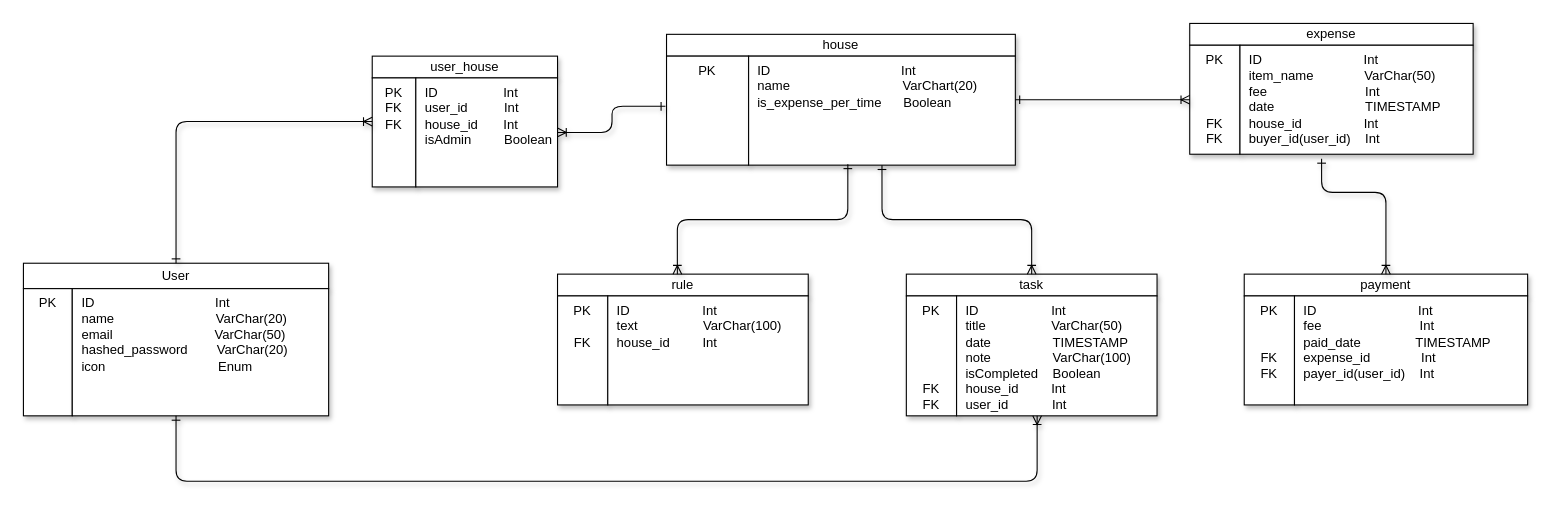
Before: server/erd.drawio in HAK2024/fairy-share, a draw.io diagram. Source tidied: cells renumbered, new cells numbered last; positions are measured from the earlier drawing's top-left corner, leaving out a move shared by most shapes. Both pictures are drawn from the tidied source at 109%, with x=0, y=0 at pixel (23, 23).
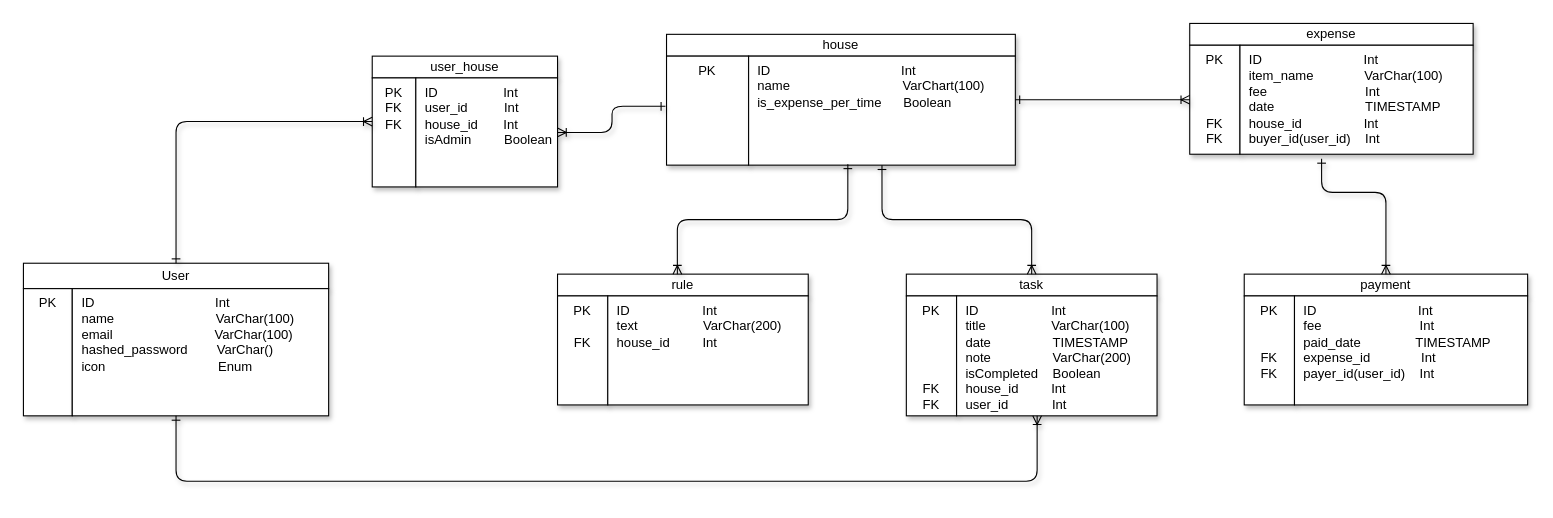
The same page after the edit.

Commit message (it also covers changes not shown here):
Change max lentgh of text

Unchanged cells that the change refers to:
```xml
<mxCell id="2" style="group;" parent="1" vertex="1">
  <mxGeometry y="220" width="280" height="140" as="geometry" />
</mxCell>
<mxCell id="6" style="group;" parent="1" vertex="1">
  <mxGeometry x="590" y="10" width="320" height="120" as="geometry" />
</mxCell>
<mxCell id="10" style="group;" parent="1" vertex="1">
  <mxGeometry x="490" y="230" width="230" height="120" as="geometry" />
</mxCell>
<mxCell id="18" style="group;" parent="1" vertex="1">
  <mxGeometry x="810" y="230" width="230" height="130" as="geometry" />
</mxCell>
<mxCell id="22" style="group;" parent="1" vertex="1">
  <mxGeometry x="1070" width="260" height="120" as="geometry" />
</mxCell>
```

The edit, as a diff of the source:
```diff
@@
-    <mxCell id="5" value="&amp;nbsp; ID　　　　　　　&amp;nbsp; &amp;nbsp; &amp;nbsp; &amp;nbsp; Int&lt;br&gt;&amp;nbsp; name&amp;nbsp; &amp;nbsp; &amp;nbsp; &amp;nbsp; &amp;nbsp; &amp;nbsp; &amp;nbsp; &amp;nbsp; &amp;nbsp; &amp;nbsp; &amp;nbsp; &amp;nbsp; &amp;nbsp; &amp;nbsp; VarChar(20)&lt;br&gt;&amp;nbsp; email&amp;nbsp; &amp;nbsp; &amp;nbsp; &amp;nbsp; &amp;nbsp; &amp;nbsp; &amp;nbsp; &amp;nbsp; &amp;nbsp; &amp;nbsp; &amp;nbsp; &amp;nbsp; &amp;nbsp; &amp;nbsp; VarChar(50)&lt;br&gt;&amp;nbsp; hashed_password&amp;nbsp; &amp;nbsp; &amp;nbsp; &amp;nbsp; VarChar(20)&lt;br&gt;&amp;nbsp; icon&amp;nbsp; &amp;nbsp; &amp;nbsp; &amp;nbsp; &amp;nbsp; &amp;nbsp; &amp;nbsp; &amp;nbsp; &amp;nbsp; &amp;nbsp; &amp;nbsp; &amp;nbsp; &amp;nbsp; &amp;nbsp; &amp;nbsp; &amp;nbsp;Enum&lt;br&gt;&amp;nbsp;&amp;nbsp;" style="whiteSpace=wrap;html=1;shadow=1;fontSize=12;verticalAlign=top;align=left;labelBorderColor=none;strokeColor=default;" parent="2" vertex="1">
+    <mxCell id="5" value="&amp;nbsp; ID　　　　　　　&amp;nbsp; &amp;nbsp; &amp;nbsp; &amp;nbsp; Int&lt;br&gt;&amp;nbsp; name&amp;nbsp; &amp;nbsp; &amp;nbsp; &amp;nbsp; &amp;nbsp; &amp;nbsp; &amp;nbsp; &amp;nbsp; &amp;nbsp; &amp;nbsp; &amp;nbsp; &amp;nbsp; &amp;nbsp; &amp;nbsp; VarChar(100)&lt;br&gt;&amp;nbsp; email&amp;nbsp; &amp;nbsp; &amp;nbsp; &amp;nbsp; &amp;nbsp; &amp;nbsp; &amp;nbsp; &amp;nbsp; &amp;nbsp; &amp;nbsp; &amp;nbsp; &amp;nbsp; &amp;nbsp; &amp;nbsp; VarChar(100)&lt;br&gt;&amp;nbsp; hashed_password&amp;nbsp; &amp;nbsp; &amp;nbsp; &amp;nbsp; VarChar()&lt;br&gt;&amp;nbsp; icon&amp;nbsp; &amp;nbsp; &amp;nbsp; &amp;nbsp; &amp;nbsp; &amp;nbsp; &amp;nbsp; &amp;nbsp; &amp;nbsp; &amp;nbsp; &amp;nbsp; &amp;nbsp; &amp;nbsp; &amp;nbsp; &amp;nbsp; &amp;nbsp;Enum&lt;br&gt;&amp;nbsp;&amp;nbsp;" style="whiteSpace=wrap;html=1;shadow=1;fontSize=12;verticalAlign=top;align=left;labelBorderColor=none;strokeColor=default;" parent="2" vertex="1">
       <mxGeometry x="44.8" y="23.3" width="235.2" height="116.7" as="geometry" />
     </mxCell>
@@
-    <mxCell id="9" value="&amp;nbsp; ID&amp;nbsp; &amp;nbsp; &amp;nbsp; &amp;nbsp; &amp;nbsp; &amp;nbsp; &amp;nbsp; &amp;nbsp; &amp;nbsp; &amp;nbsp; &amp;nbsp; &amp;nbsp; &amp;nbsp; &amp;nbsp; &amp;nbsp; &amp;nbsp; &amp;nbsp; &amp;nbsp; Int&lt;br&gt;&amp;nbsp; name&amp;nbsp; &amp;nbsp; &amp;nbsp; &amp;nbsp; &amp;nbsp; &amp;nbsp; &amp;nbsp; &amp;nbsp; &amp;nbsp; &amp;nbsp; &amp;nbsp; &amp;nbsp; &amp;nbsp; &amp;nbsp; &amp;nbsp; &amp;nbsp;VarChart(20)&amp;nbsp;&lt;br&gt;&amp;nbsp; is_expense_per_time&amp;nbsp; &amp;nbsp; &amp;nbsp; Boolean&lt;br&gt;&amp;nbsp;&amp;nbsp;" style="whiteSpace=wrap;html=1;shadow=1;fontSize=12;verticalAlign=top;align=left;labelBorderColor=none;strokeColor=default;" parent="6" vertex="1">
+    <mxCell id="9" value="&amp;nbsp; ID&amp;nbsp; &amp;nbsp; &amp;nbsp; &amp;nbsp; &amp;nbsp; &amp;nbsp; &amp;nbsp; &amp;nbsp; &amp;nbsp; &amp;nbsp; &amp;nbsp; &amp;nbsp; &amp;nbsp; &amp;nbsp; &amp;nbsp; &amp;nbsp; &amp;nbsp; &amp;nbsp; Int&lt;br&gt;&amp;nbsp; name&amp;nbsp; &amp;nbsp; &amp;nbsp; &amp;nbsp; &amp;nbsp; &amp;nbsp; &amp;nbsp; &amp;nbsp; &amp;nbsp; &amp;nbsp; &amp;nbsp; &amp;nbsp; &amp;nbsp; &amp;nbsp; &amp;nbsp; &amp;nbsp;VarChart(100)&amp;nbsp;&lt;br&gt;&amp;nbsp; is_expense_per_time&amp;nbsp; &amp;nbsp; &amp;nbsp; Boolean&lt;br&gt;&amp;nbsp;&amp;nbsp;" style="whiteSpace=wrap;html=1;shadow=1;fontSize=12;verticalAlign=top;align=left;labelBorderColor=none;strokeColor=default;" parent="6" vertex="1">
       <mxGeometry x="75.3" y="20" width="244.7" height="100" as="geometry" />
     </mxCell>
@@
-    <mxCell id="13" value="&amp;nbsp; ID&amp;nbsp; &amp;nbsp; &amp;nbsp; &amp;nbsp; &amp;nbsp; &amp;nbsp; &amp;nbsp; &amp;nbsp; &amp;nbsp; &amp;nbsp; Int&lt;br&gt;&amp;nbsp; text&amp;nbsp; &amp;nbsp; &amp;nbsp; &amp;nbsp; &amp;nbsp; &amp;nbsp; &amp;nbsp; &amp;nbsp; &amp;nbsp; VarChar(100)&lt;br&gt;&amp;nbsp; house_id&amp;nbsp; &amp;nbsp; &amp;nbsp; &amp;nbsp; &amp;nbsp;Int" style="whiteSpace=wrap;html=1;shadow=1;fontSize=12;verticalAlign=top;align=left;labelBorderColor=none;strokeColor=default;" parent="10" vertex="1">
+    <mxCell id="13" value="&amp;nbsp; ID&amp;nbsp; &amp;nbsp; &amp;nbsp; &amp;nbsp; &amp;nbsp; &amp;nbsp; &amp;nbsp; &amp;nbsp; &amp;nbsp; &amp;nbsp; Int&lt;br&gt;&amp;nbsp; text&amp;nbsp; &amp;nbsp; &amp;nbsp; &amp;nbsp; &amp;nbsp; &amp;nbsp; &amp;nbsp; &amp;nbsp; &amp;nbsp; VarChar(200)&lt;br&gt;&amp;nbsp; house_id&amp;nbsp; &amp;nbsp; &amp;nbsp; &amp;nbsp; &amp;nbsp;Int" style="whiteSpace=wrap;html=1;shadow=1;fontSize=12;verticalAlign=top;align=left;labelBorderColor=none;strokeColor=default;" parent="10" vertex="1">
       <mxGeometry x="46.1" y="20" width="183.9" height="100" as="geometry" />
     </mxCell>
@@
-    <mxCell id="21" value="&amp;nbsp; ID&amp;nbsp; &amp;nbsp; &amp;nbsp; &amp;nbsp; &amp;nbsp; &amp;nbsp; &amp;nbsp; &amp;nbsp; &amp;nbsp; &amp;nbsp; Int&lt;br&gt;&amp;nbsp; title&amp;nbsp; &amp;nbsp; &amp;nbsp; &amp;nbsp; &amp;nbsp; &amp;nbsp; &amp;nbsp; &amp;nbsp; &amp;nbsp; VarChar(50)&lt;br&gt;&amp;nbsp; date&amp;nbsp; &amp;nbsp; &amp;nbsp; &amp;nbsp; &amp;nbsp; &amp;nbsp; &amp;nbsp; &amp;nbsp; &amp;nbsp;TIMESTAMP&lt;br&gt;&amp;nbsp; note&amp;nbsp; &amp;nbsp; &amp;nbsp; &amp;nbsp; &amp;nbsp; &amp;nbsp; &amp;nbsp; &amp;nbsp; &amp;nbsp;VarChar(100)&lt;br&gt;&amp;nbsp; isCompleted&amp;nbsp; &amp;nbsp; Boolean&lt;br&gt;&amp;nbsp; house_id&amp;nbsp; &amp;nbsp; &amp;nbsp; &amp;nbsp; &amp;nbsp;Int&lt;br&gt;&amp;nbsp; user_id&amp;nbsp; &amp;nbsp; &amp;nbsp; &amp;nbsp; &amp;nbsp; &amp;nbsp; Int" style="whiteSpace=wrap;html=1;shadow=1;fontSize=12;verticalAlign=top;align=left;labelBorderColor=none;strokeColor=default;" parent="18" vertex="1">
+    <mxCell id="21" value="&amp;nbsp; ID&amp;nbsp; &amp;nbsp; &amp;nbsp; &amp;nbsp; &amp;nbsp; &amp;nbsp; &amp;nbsp; &amp;nbsp; &amp;nbsp; &amp;nbsp; Int&lt;br&gt;&amp;nbsp; title&amp;nbsp; &amp;nbsp; &amp;nbsp; &amp;nbsp; &amp;nbsp; &amp;nbsp; &amp;nbsp; &amp;nbsp; &amp;nbsp; VarChar(100)&lt;br&gt;&amp;nbsp; date&amp;nbsp; &amp;nbsp; &amp;nbsp; &amp;nbsp; &amp;nbsp; &amp;nbsp; &amp;nbsp; &amp;nbsp; &amp;nbsp;TIMESTAMP&lt;br&gt;&amp;nbsp; note&amp;nbsp; &amp;nbsp; &amp;nbsp; &amp;nbsp; &amp;nbsp; &amp;nbsp; &amp;nbsp; &amp;nbsp; &amp;nbsp;VarChar(200)&lt;br&gt;&amp;nbsp; isCompleted&amp;nbsp; &amp;nbsp; Boolean&lt;br&gt;&amp;nbsp; house_id&amp;nbsp; &amp;nbsp; &amp;nbsp; &amp;nbsp; &amp;nbsp;Int&lt;br&gt;&amp;nbsp; user_id&amp;nbsp; &amp;nbsp; &amp;nbsp; &amp;nbsp; &amp;nbsp; &amp;nbsp; Int" style="whiteSpace=wrap;html=1;shadow=1;fontSize=12;verticalAlign=top;align=left;labelBorderColor=none;strokeColor=default;" parent="18" vertex="1">
       <mxGeometry x="46.1" y="20" width="183.9" height="110" as="geometry" />
     </mxCell>
@@
-    <mxCell id="25" value="&amp;nbsp; ID&amp;nbsp; &amp;nbsp; &amp;nbsp; &amp;nbsp; &amp;nbsp; &amp;nbsp; &amp;nbsp; &amp;nbsp; &amp;nbsp; &amp;nbsp; &amp;nbsp; &amp;nbsp; &amp;nbsp; &amp;nbsp; Int&lt;br&gt;&amp;nbsp; item_name&amp;nbsp; &amp;nbsp; &amp;nbsp; &amp;nbsp; &amp;nbsp; &amp;nbsp; &amp;nbsp; VarChar(50)&lt;br&gt;&amp;nbsp; fee&amp;nbsp; &amp;nbsp; &amp;nbsp; &amp;nbsp; &amp;nbsp; &amp;nbsp; &amp;nbsp; &amp;nbsp; &amp;nbsp; &amp;nbsp; &amp;nbsp; &amp;nbsp; &amp;nbsp; &amp;nbsp;Int&lt;br&gt;&amp;nbsp; date&amp;nbsp; &amp;nbsp; &amp;nbsp; &amp;nbsp; &amp;nbsp; &amp;nbsp; &amp;nbsp; &amp;nbsp; &amp;nbsp; &amp;nbsp; &amp;nbsp; &amp;nbsp; &amp;nbsp;TIMESTAMP&lt;br&gt;&amp;nbsp; house_id&amp;nbsp; &amp;nbsp; &amp;nbsp; &amp;nbsp; &amp;nbsp; &amp;nbsp; &amp;nbsp; &amp;nbsp; &amp;nbsp;Int&lt;br&gt;&amp;nbsp; buyer_id(user_id)&amp;nbsp; &amp;nbsp; Int" style="whiteSpace=wrap;html=1;shadow=1;fontSize=12;verticalAlign=top;align=left;labelBorderColor=none;strokeColor=default;" parent="22" vertex="1">
+    <mxCell id="25" value="&amp;nbsp; ID&amp;nbsp; &amp;nbsp; &amp;nbsp; &amp;nbsp; &amp;nbsp; &amp;nbsp; &amp;nbsp; &amp;nbsp; &amp;nbsp; &amp;nbsp; &amp;nbsp; &amp;nbsp; &amp;nbsp; &amp;nbsp; Int&lt;br&gt;&amp;nbsp; item_name&amp;nbsp; &amp;nbsp; &amp;nbsp; &amp;nbsp; &amp;nbsp; &amp;nbsp; &amp;nbsp; VarChar(100)&lt;br&gt;&amp;nbsp; fee&amp;nbsp; &amp;nbsp; &amp;nbsp; &amp;nbsp; &amp;nbsp; &amp;nbsp; &amp;nbsp; &amp;nbsp; &amp;nbsp; &amp;nbsp; &amp;nbsp; &amp;nbsp; &amp;nbsp; &amp;nbsp;Int&lt;br&gt;&amp;nbsp; date&amp;nbsp; &amp;nbsp; &amp;nbsp; &amp;nbsp; &amp;nbsp; &amp;nbsp; &amp;nbsp; &amp;nbsp; &amp;nbsp; &amp;nbsp; &amp;nbsp; &amp;nbsp; &amp;nbsp;TIMESTAMP&lt;br&gt;&amp;nbsp; house_id&amp;nbsp; &amp;nbsp; &amp;nbsp; &amp;nbsp; &amp;nbsp; &amp;nbsp; &amp;nbsp; &amp;nbsp; &amp;nbsp;Int&lt;br&gt;&amp;nbsp; buyer_id(user_id)&amp;nbsp; &amp;nbsp; Int" style="whiteSpace=wrap;html=1;shadow=1;fontSize=12;verticalAlign=top;align=left;labelBorderColor=none;strokeColor=default;" parent="22" vertex="1">
       <mxGeometry x="46.1" y="20" width="213.9" height="100" as="geometry" />
     </mxCell>
```
